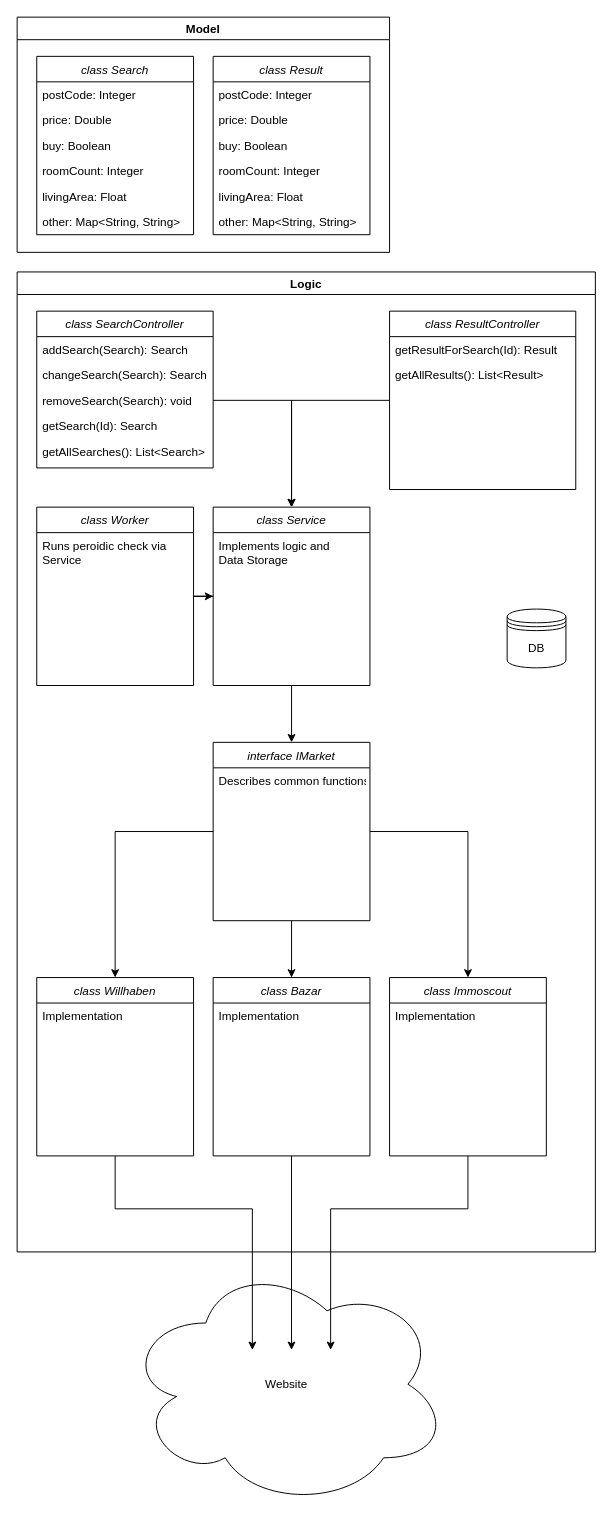
Before: WillBot.drawio in dscham/WillBot, a draw.io diagram. Source tidied: cells renumbered, new cells numbered last; positions are measured from the earlier drawing's top-left corner, leaving out a move shared by most shapes. Both pictures are drawn from the tidied source at 98%, with x=0, y=0 at pixel (17, 17).
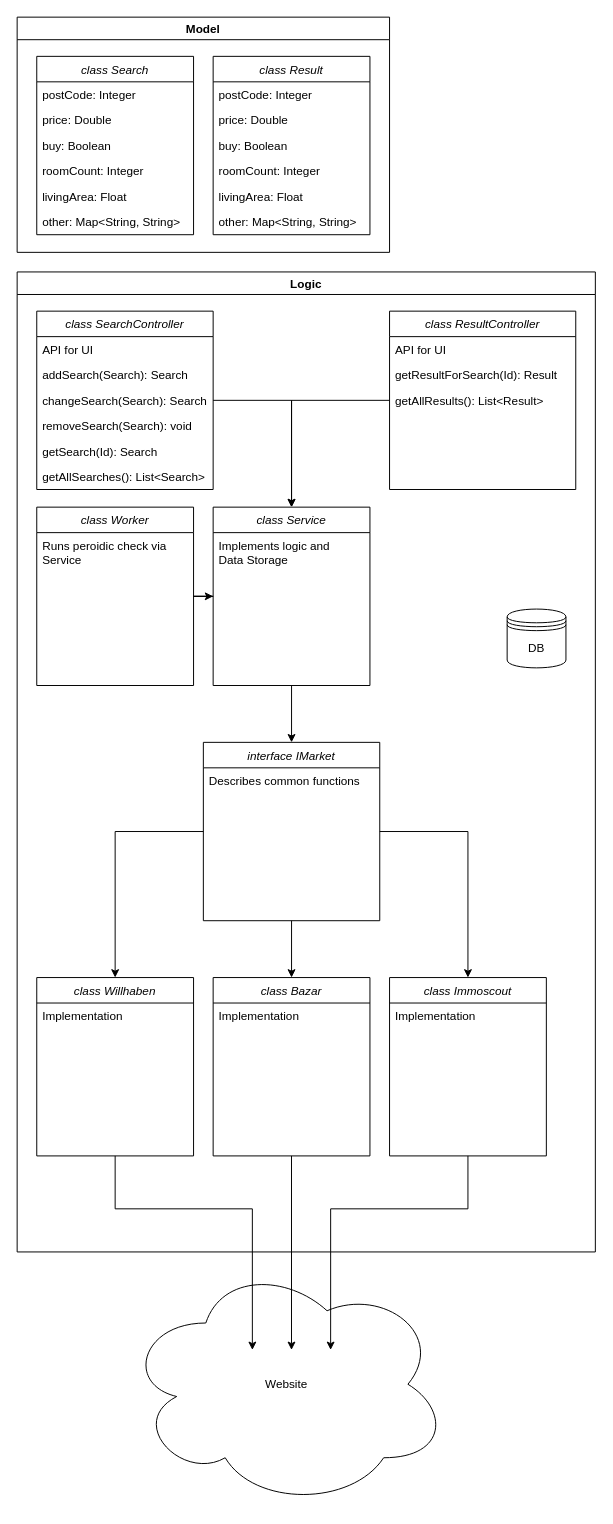
The same diagram, later.

The change refers to these unchanged cells:
```xml
<mxCell id="17" value="Logic" style="swimlane;" parent="1" vertex="1">
  <mxGeometry y="260" width="590" height="1000" as="geometry" />
</mxCell>
<mxCell id="25" value="class Service" style="swimlane;fontStyle=2;align=center;verticalAlign=top;horizontal=1;startSize=26;rounded=0;shadow=0;strokeWidth=1;" parent="17" vertex="1">
  <mxGeometry x="200" y="240" width="160" height="182" as="geometry" />
</mxCell>
<mxCell id="28" value="class ResultController" style="swimlane;fontStyle=2;align=center;verticalAlign=top;horizontal=1;startSize=26;rounded=0;shadow=0;strokeWidth=1;" parent="17" vertex="1">
  <mxGeometry x="380" y="40" width="190" height="182" as="geometry" />
</mxCell>
```

What changed in the source:
```diff
@@
     <mxCell id="18" value="class SearchController" style="swimlane;fontStyle=2;align=center;verticalAlign=top;horizontal=1;startSize=26;rounded=0;shadow=0;strokeWidth=1;" parent="17" vertex="1">
-      <mxGeometry x="20" y="40" width="180" height="160" as="geometry" />
+      <mxGeometry x="20" y="40" width="180" height="182" as="geometry" />
     </mxCell>
+    <mxCell id="51" value="API for UI" style="text;align=left;verticalAlign=top;spacingLeft=4;spacingRight=4;overflow=hidden;" parent="18" vertex="1">
+      <mxGeometry y="26" width="180" height="26" as="geometry" />
+    </mxCell>
     <mxCell id="19" value="addSearch(Search): Search" style="text;align=left;verticalAlign=top;spacingLeft=4;spacingRight=4;overflow=hidden;" parent="18" vertex="1">
-      <mxGeometry y="26" width="180" height="26" as="geometry" />
+      <mxGeometry y="52" width="180" height="26" as="geometry" />
     </mxCell>
     <mxCell id="20" value="changeSearch(Search): Search" style="text;align=left;verticalAlign=top;spacingLeft=4;spacingRight=4;overflow=hidden;points=[[0,0.5],[1,0.5]];portConstraint=eastwest;rounded=0;shadow=0;html=0;" parent="18" vertex="1">
-      <mxGeometry y="52" width="180" height="26" as="geometry" />
+      <mxGeometry y="78" width="180" height="26" as="geometry" />
     </mxCell>
     <mxCell id="21" value="removeSearch(Search): void" style="text;align=left;verticalAlign=top;spacingLeft=4;spacingRight=4;overflow=hidden;points=[[0,0.5],[1,0.5]];portConstraint=eastwest;rounded=0;shadow=0;html=0;" parent="18" vertex="1">
-      <mxGeometry y="78" width="180" height="26" as="geometry" />
+      <mxGeometry y="104" width="180" height="26" as="geometry" />
     </mxCell>
     <mxCell id="22" value="getSearch(Id): Search" style="text;align=left;verticalAlign=top;spacingLeft=4;spacingRight=4;overflow=hidden;rounded=0;shadow=0;html=0;" parent="18" vertex="1">
-      <mxGeometry y="104" width="180" height="26" as="geometry" />
+      <mxGeometry y="130" width="180" height="26" as="geometry" />
     </mxCell>
     <mxCell id="23" value="getAllSearches(): List&lt;Search&gt;" style="text;align=left;verticalAlign=top;spacingLeft=4;spacingRight=4;overflow=hidden;rounded=0;shadow=0;html=0;" parent="18" vertex="1">
-      <mxGeometry y="130" width="180" height="26" as="geometry" />
+      <mxGeometry y="156" width="180" height="26" as="geometry" />
     </mxCell>
@@
+    <mxCell id="52" value="API for UI" style="text;align=left;verticalAlign=top;spacingLeft=4;spacingRight=4;overflow=hidden;" parent="28" vertex="1">
+      <mxGeometry y="26" width="190" height="26" as="geometry" />
+    </mxCell>
     <mxCell id="29" value="getResultForSearch(Id): Result" style="text;align=left;verticalAlign=top;spacingLeft=4;spacingRight=4;overflow=hidden;rounded=0;shadow=0;html=0;" parent="28" vertex="1">
-      <mxGeometry y="26" width="190" height="26" as="geometry" />
+      <mxGeometry y="52" width="190" height="26" as="geometry" />
     </mxCell>
     <mxCell id="30" value="getAllResults(): List&lt;Result&gt;" style="text;align=left;verticalAlign=top;spacingLeft=4;spacingRight=4;overflow=hidden;rounded=0;shadow=0;html=0;" parent="28" vertex="1">
-      <mxGeometry y="52" width="190" height="26" as="geometry" />
+      <mxGeometry y="78" width="190" height="26" as="geometry" />
     </mxCell>
@@
     <mxCell id="33" value="interface IMarket" style="swimlane;fontStyle=2;align=center;verticalAlign=top;horizontal=1;startSize=26;rounded=0;shadow=0;strokeWidth=1;" parent="17" vertex="1">
-      <mxGeometry x="200" y="480" width="160" height="182" as="geometry" />
+      <mxGeometry x="190" y="480" width="180" height="182" as="geometry" />
     </mxCell>
     <mxCell id="34" value="Describes common functions" style="text;align=left;verticalAlign=top;spacingLeft=4;spacingRight=4;overflow=hidden;rounded=0;shadow=0;html=0;" parent="33" vertex="1">
-      <mxGeometry y="26" width="160" height="26" as="geometry" />
+      <mxGeometry y="26" width="180" height="26" as="geometry" />
     </mxCell>
@@
-    <mxCell id="42" style="edgeStyle=orthogonalEdgeStyle;rounded=0;jettySize=auto;html=1;entryX=0.5;entryY=0;entryDx=0;entryDy=0;" parent="17" edge="1" source="21" target="25">
+    <mxCell id="42" style="edgeStyle=orthogonalEdgeStyle;rounded=0;jettySize=auto;html=1;entryX=0.5;entryY=0;entryDx=0;entryDy=0;exitX=1;exitY=0.5;exitDx=0;exitDy=0;" parent="17" edge="1" source="20" target="25">
       <mxGeometry relative="1" as="geometry" />
     </mxCell>
```
